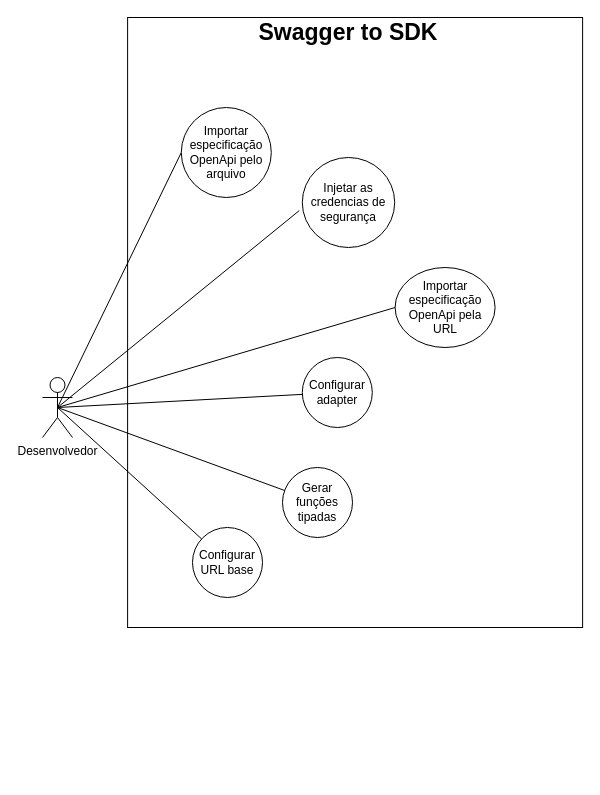
The draw.io diagram Documentacao/Diagrama de Caso de Uso/Diagrama_Caso_de_Uso.drawio in ICEI-PUC-Minas-PPLES-TI/plf-es-2025-2-tcci-0393100-dev-arthur-gomes, before the edit. Source tidied: cells renumbered, new cells numbered last; positions are measured from the earlier drawing's top-left corner, leaving out a move shared by most shapes. Both pictures are drawn from the tidied source at 100%, with x=0, y=0 at pixel (42, 17).
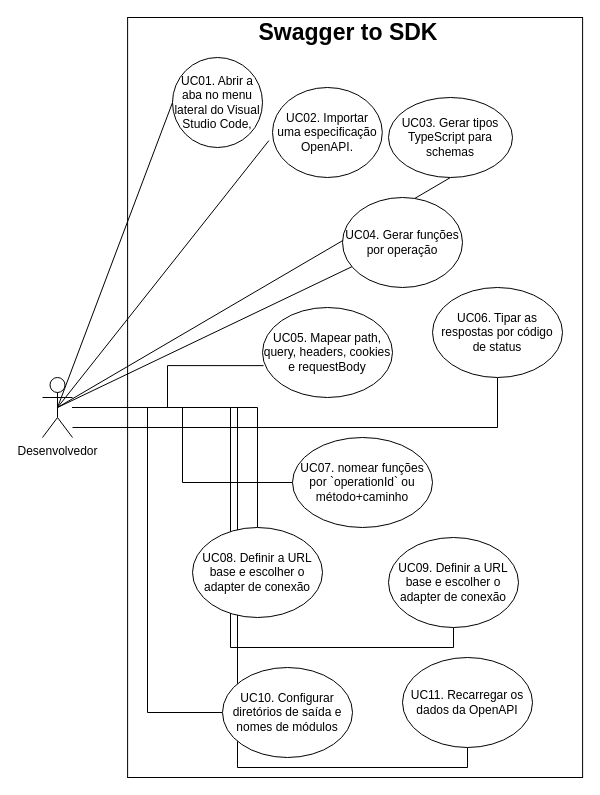
The same page after the edit.

Unchanged cells that the change refers to:
```xml
<mxCell id="5" value="Desenvolvedor" style="shape=umlActor;verticalLabelPosition=bottom;verticalAlign=top;html=1;outlineConnect=0;" parent="1" vertex="1">
  <mxGeometry y="360" width="30" height="60" as="geometry" />
</mxCell>
```

Change to the diagram source:
```diff
@@
     <mxCell id="2" style="rounded=0;whiteSpace=wrap;html=1;fillColor=none;" parent="1" vertex="1">
-      <mxGeometry x="85.1" width="455" height="610" as="geometry" />
+      <mxGeometry x="85.1" width="455" height="760" as="geometry" />
     </mxCell>
@@
-    <mxCell id="4" style="rounded=0;jettySize=auto;html=1;entryX=0;entryY=0.5;entryDx=0;entryDy=0;exitX=0.5;exitY=0.5;exitDx=0;exitDy=0;exitPerimeter=0;endArrow=none;endFill=0;" parent="1" edge="1" source="5" target="7">
+    <mxCell id="4" style="rounded=0;jettySize=auto;html=1;entryX=0.5;entryY=1;entryDx=0;entryDy=0;exitX=0.5;exitY=0.5;exitDx=0;exitDy=0;exitPerimeter=0;endArrow=none;endFill=0;" parent="1" edge="1" source="5" target="7">
       <mxGeometry relative="1" as="geometry" />
     </mxCell>
+    <mxCell id="17" style="edgeStyle=orthogonalEdgeStyle;rounded=0;jettySize=auto;html=1;entryX=0.5;entryY=1;entryDx=0;entryDy=0;endArrow=none;endFill=0;" parent="1" edge="1" source="5" target="24">
+      <mxGeometry relative="1" as="geometry">
+        <Array as="points">
+          <mxPoint x="455" y="410" />
+        </Array>
+      </mxGeometry>
+    </mxCell>
+    <mxCell id="18" style="edgeStyle=orthogonalEdgeStyle;rounded=0;jettySize=auto;html=1;endArrow=none;endFill=0;" parent="1" edge="1" source="5" target="26">
+      <mxGeometry relative="1" as="geometry" />
+    </mxCell>
+    <mxCell id="19" style="edgeStyle=orthogonalEdgeStyle;rounded=0;jettySize=auto;html=1;endArrow=none;endFill=0;" parent="1" edge="1" source="5" target="25">
+      <mxGeometry relative="1" as="geometry" />
+    </mxCell>
+    <mxCell id="20" style="edgeStyle=orthogonalEdgeStyle;rounded=0;jettySize=auto;html=1;entryX=0;entryY=0.5;entryDx=0;entryDy=0;endArrow=none;endFill=0;" parent="1" edge="1" source="5" target="28">
+      <mxGeometry relative="1" as="geometry" />
+    </mxCell>
+    <mxCell id="21" style="edgeStyle=orthogonalEdgeStyle;rounded=0;jettySize=auto;html=1;entryX=0.5;entryY=1;entryDx=0;entryDy=0;endArrow=none;endFill=0;" parent="1" edge="1" source="5" target="27">
+      <mxGeometry relative="1" as="geometry" />
+    </mxCell>
+    <mxCell id="22" style="edgeStyle=orthogonalEdgeStyle;rounded=0;jettySize=auto;html=1;entryX=0.5;entryY=1;entryDx=0;entryDy=0;endArrow=none;endFill=0;" parent="1" edge="1" source="5" target="29">
+      <mxGeometry relative="1" as="geometry" />
+    </mxCell>
@@
-    <mxCell id="6" value="Importar especificação OpenApi pelo arquivo" style="ellipse;whiteSpace=wrap;html=1;" parent="1" vertex="1">
-      <mxGeometry x="138.8" y="90" width="90" height="90" as="geometry" />
+    <mxCell id="6" value="&lt;font&gt;UC01. Abrir a aba no menu lateral do Visual Studio Code,&lt;/font&gt;" style="ellipse;whiteSpace=wrap;html=1;" parent="1" vertex="1">
+      <mxGeometry x="130" y="40" width="90" height="90" as="geometry" />
     </mxCell>
-    <mxCell id="7" value="Importar especificação OpenApi pela URL" style="ellipse;whiteSpace=wrap;html=1;" parent="1" vertex="1">
-      <mxGeometry x="352.6" y="250" width="100" height="80" as="geometry" />
+    <mxCell id="7" value="UC03. Gerar tipos TypeScript para schemas" style="ellipse;whiteSpace=wrap;html=1;" parent="1" vertex="1">
+      <mxGeometry x="346" y="80" width="124" height="80" as="geometry" />
     </mxCell>
@@
-    <mxCell id="9" value="Configurar URL base" style="ellipse;whiteSpace=wrap;html=1;" parent="1" vertex="1">
-      <mxGeometry x="150" y="510" width="70" height="70" as="geometry" />
-    </mxCell>
-    <mxCell id="10" style="rounded=0;jettySize=auto;html=1;exitX=0.5;exitY=0.5;exitDx=0;exitDy=0;exitPerimeter=0;endArrow=none;endFill=0;" parent="1" edge="1" source="5" target="9">
-      <mxGeometry relative="1" as="geometry" />
-    </mxCell>
-    <mxCell id="11" value="Configurar adapter" style="ellipse;whiteSpace=wrap;html=1;" parent="1" vertex="1">
-      <mxGeometry x="259.8" y="340" width="70" height="70" as="geometry" />
+    <mxCell id="11" value="UC04. Gerar funções por operação" style="ellipse;whiteSpace=wrap;html=1;" parent="1" vertex="1">
+      <mxGeometry x="300" y="180" width="120" height="90" as="geometry" />
     </mxCell>
@@
-    <mxCell id="13" value="Gerar funções tipadas" style="ellipse;whiteSpace=wrap;html=1;" parent="1" vertex="1">
-      <mxGeometry x="240" y="450" width="70" height="70" as="geometry" />
-    </mxCell>
-    <mxCell id="14" style="rounded=0;jettySize=auto;html=1;endArrow=none;endFill=0;exitX=0.5;exitY=0.5;exitDx=0;exitDy=0;exitPerimeter=0;" parent="1" edge="1" source="5" target="13">
-      <mxGeometry relative="1" as="geometry" />
-    </mxCell>
-    <mxCell id="15" value="Injetar as credencias de segurança" style="ellipse;whiteSpace=wrap;html=1;" parent="1" vertex="1">
-      <mxGeometry x="259.8" y="140" width="92.4" height="90" as="geometry" />
+    <mxCell id="15" value="UC02. Importar uma especificação OpenAPI." style="ellipse;whiteSpace=wrap;html=1;" parent="1" vertex="1">
+      <mxGeometry x="230" y="70" width="109.8" height="90" as="geometry" />
     </mxCell>
@@
+    <mxCell id="23" value="UC05. Mapear path, query, headers, cookies e requestBody" style="ellipse;whiteSpace=wrap;html=1;" parent="1" vertex="1">
+      <mxGeometry x="220" y="290" width="130" height="90" as="geometry" />
+    </mxCell>
+    <mxCell id="24" value="UC06. Tipar as respostas por código de status" style="ellipse;whiteSpace=wrap;html=1;" parent="1" vertex="1">
+      <mxGeometry x="390" y="270" width="130" height="90" as="geometry" />
+    </mxCell>
+    <mxCell id="25" value="UC07. nomear funções por `operationId` ou método+caminho" style="ellipse;whiteSpace=wrap;html=1;" parent="1" vertex="1">
+      <mxGeometry x="250" y="420" width="140" height="90" as="geometry" />
+    </mxCell>
+    <mxCell id="26" value="UC08. Definir a URL base e escolher o adapter de conexão" style="ellipse;whiteSpace=wrap;html=1;" parent="1" vertex="1">
+      <mxGeometry x="150" y="510" width="130" height="90" as="geometry" />
+    </mxCell>
+    <mxCell id="27" value="UC09. Definir a URL base e escolher o adapter de conexão" style="ellipse;whiteSpace=wrap;html=1;" parent="1" vertex="1">
+      <mxGeometry x="346" y="520" width="130" height="90" as="geometry" />
+    </mxCell>
+    <mxCell id="28" value="UC10. Configurar diretórios de saída e nomes de módulos" style="ellipse;whiteSpace=wrap;html=1;" parent="1" vertex="1">
+      <mxGeometry x="180" y="650" width="130" height="90" as="geometry" />
+    </mxCell>
+    <mxCell id="29" value="UC11. Recarregar os dados da OpenAPI" style="ellipse;whiteSpace=wrap;html=1;" parent="1" vertex="1">
+      <mxGeometry x="360" y="640" width="130" height="90" as="geometry" />
+    </mxCell>
+    <mxCell id="30" style="edgeStyle=orthogonalEdgeStyle;rounded=0;jettySize=auto;html=1;entryX=0.008;entryY=0.646;entryDx=0;entryDy=0;entryPerimeter=0;endArrow=none;endFill=0;" parent="1" edge="1" source="5" target="23">
+      <mxGeometry relative="1" as="geometry" />
+    </mxCell>
```
